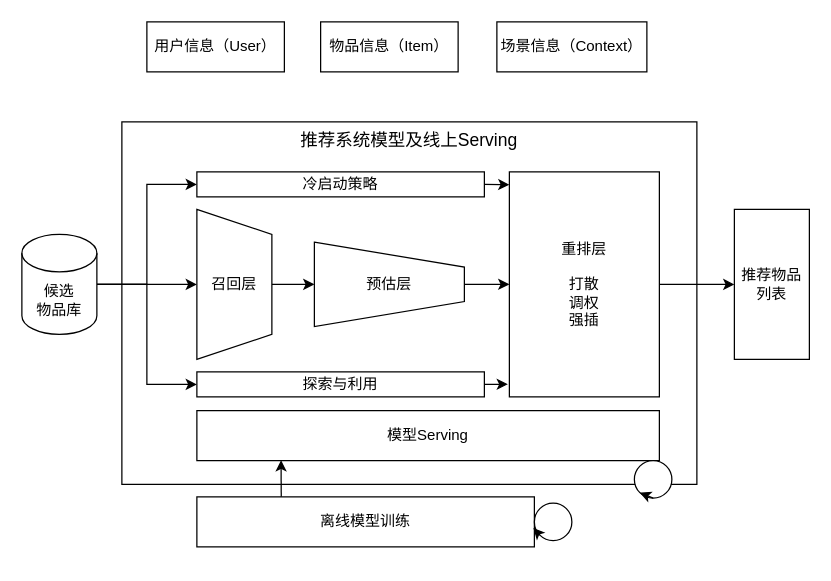
The draw.io diagram page "第 2 页" (2 of 4) of 推荐系统整体架构.drawio in yantao006/draw_io, before the edit. Source tidied: cells renumbered, new cells numbered last; positions are measured from the earlier drawing's top-left corner, leaving out a move shared by most shapes. Both pictures are drawn from the tidied source at 125%, with x=0, y=0 at pixel (21, 21).
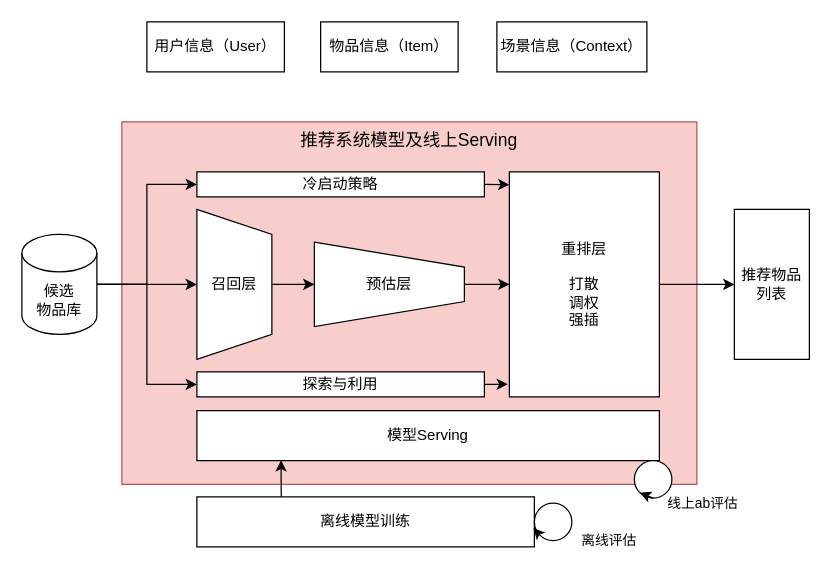
The same page after the edit.

Diff of the diagram source:
```diff
@@
-    <mxCell id="2" value="&lt;font style=&quot;font-size: 14px;&quot;&gt;推荐系统模型及线上Serving&lt;/font&gt;" style="rounded=0;whiteSpace=wrap;html=1;verticalAlign=top;" parent="1" vertex="1">
+    <mxCell id="2" value="&lt;font style=&quot;font-size: 14px;&quot;&gt;推荐系统模型及线上Serving&lt;/font&gt;" style="rounded=0;whiteSpace=wrap;html=1;verticalAlign=top;fillColor=#f8cecc;strokeColor=#b85450;" parent="1" vertex="1">
       <mxGeometry x="80" y="80" width="460" height="290" as="geometry" />
     </mxCell>
@@
+    <mxCell id="28" value="&lt;font style=&quot;font-size: 11px;&quot;&gt;离线评估&lt;/font&gt;" style="text;html=1;strokeColor=none;fillColor=none;align=center;verticalAlign=middle;whiteSpace=wrap;rounded=0;" parent="1" vertex="1">
+      <mxGeometry x="440" y="400" width="60" height="30" as="geometry" />
+    </mxCell>
+    <mxCell id="29" value="&lt;font style=&quot;font-size: 11px;&quot;&gt;线上ab评估&lt;/font&gt;" style="text;html=1;strokeColor=none;fillColor=none;align=center;verticalAlign=middle;whiteSpace=wrap;rounded=0;" parent="1" vertex="1">
+      <mxGeometry x="510" y="370" width="70" height="30" as="geometry" />
+    </mxCell>
```
